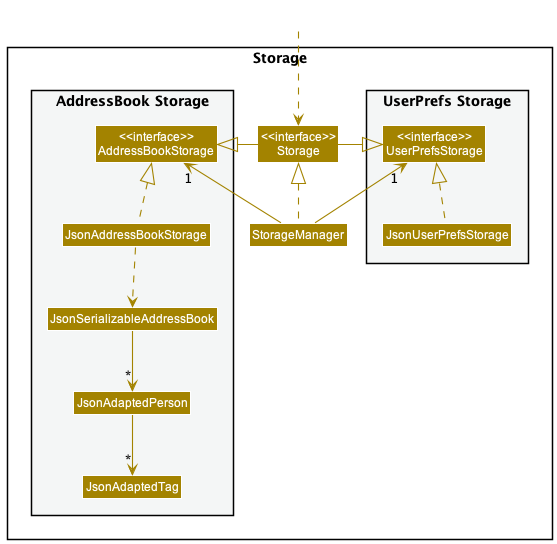
Above: docs/images/StorageClassDiagram.png in nus-cs2103-AY2223S1/tp (PlantUML), before the change.
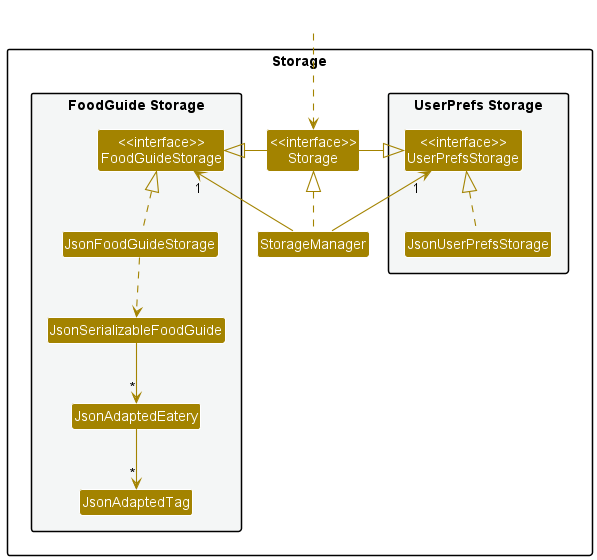
The same diagram one commit later.

Diff of the diagram source:
```diff
@@ -14,11 +14,11 @@
 Class "<<interface>>\nStorage" as Storage
 Class StorageManager
 
-package "AddressBook Storage" #F4F6F6{
-Class "<<interface>>\nAddressBookStorage" as AddressBookStorage
-Class JsonAddressBookStorage
-Class JsonSerializableAddressBook
-Class JsonAdaptedPerson
+package "FoodGuide Storage" #F4F6F6{
+Class "<<interface>>\nFoodGuideStorage" as FoodGuideStorage
+Class JsonFoodGuideStorage
+Class JsonSerializableFoodGuide
+Class JsonAdaptedEatery
 Class JsonAdaptedTag
 }
 
@@ -29,15 +29,15 @@
 
 StorageManager .up.|> Storage
 StorageManager -up-> "1" UserPrefsStorage
-StorageManager -up-> "1" AddressBookStorage
+StorageManager -up-> "1" FoodGuideStorage
 
 Storage -left-|> UserPrefsStorage
-Storage -right-|> AddressBookStorage
+Storage -right-|> FoodGuideStorage
 
 JsonUserPrefsStorage .up.|> UserPrefsStorage
-JsonAddressBookStorage .up.|> AddressBookStorage
-JsonAddressBookStorage ..> JsonSerializableAddressBook
-JsonSerializableAddressBook --> "*" JsonAdaptedPerson
-JsonAdaptedPerson --> "*" JsonAdaptedTag
+JsonFoodGuideStorage .up.|> FoodGuideStorage
+JsonFoodGuideStorage ..> JsonSerializableFoodGuide
+JsonSerializableFoodGuide --> "*" JsonAdaptedEatery
+JsonAdaptedEatery --> "*" JsonAdaptedTag
 
 @enduml
```
